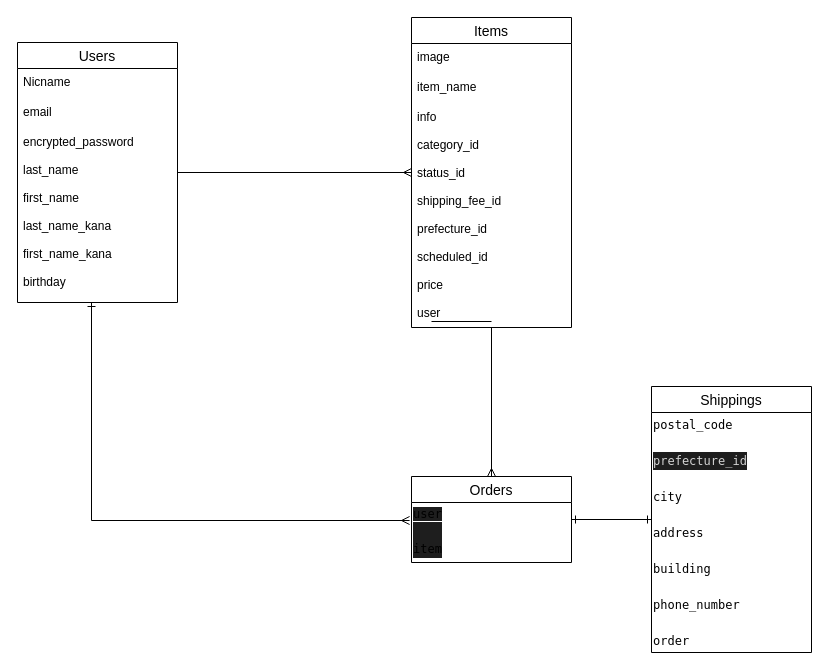
Above: test.dio in Ytakagi66/furima-31924 (draw.io), before the change. Source tidied: cells renumbered, new cells numbered last; positions are measured from the earlier drawing's top-left corner, leaving out a move shared by most shapes. Both pictures are drawn from the tidied source at 100%, with x=0, y=0 at pixel (17, 17).
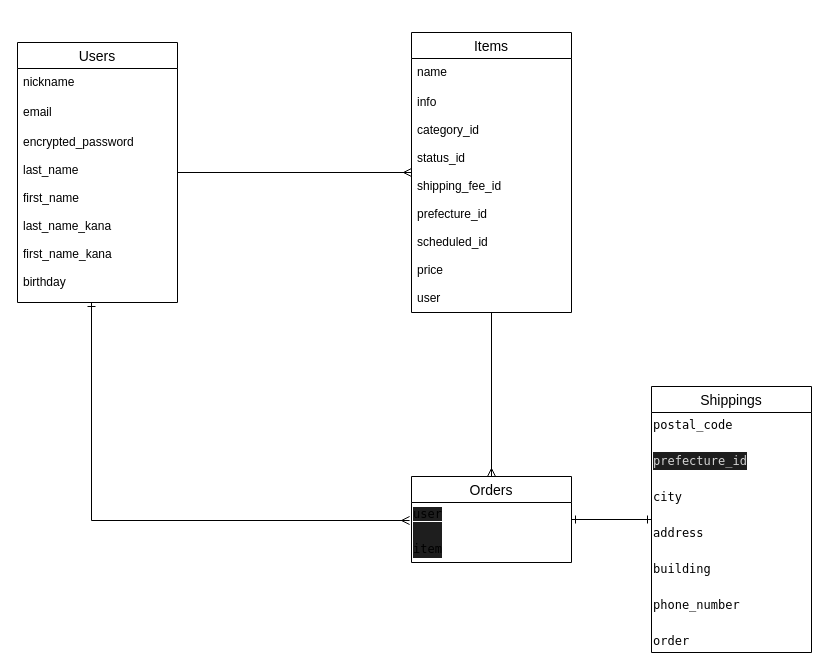
The same diagram, later.

Commit message (it also covers changes not shown here):
item_nameの編集

Unchanged cells that the change refers to:
```xml
<mxCell id="4" value="Users" style="swimlane;fontStyle=0;horizontal=1;startSize=26;align=center;fontSize=14;" parent="1" vertex="1">
  <mxGeometry y="25" width="160" height="260" as="geometry" />
</mxCell>
```

What changed in the source:
```diff
@@
-    <mxCell id="5" value="Nicname" style="text;strokeColor=none;fillColor=none;spacingLeft=4;spacingRight=4;overflow=hidden;fontSize=12;" parent="4" vertex="1">
+    <mxCell id="5" value="nickname" style="text;strokeColor=none;fillColor=none;spacingLeft=4;spacingRight=4;overflow=hidden;fontSize=12;" parent="4" vertex="1">
       <mxGeometry y="26" width="160" height="30" as="geometry" />
     </mxCell>
@@
     <mxCell id="9" value="Items" style="swimlane;fontStyle=0;horizontal=1;startSize=26;align=center;fontSize=14;" parent="1" vertex="1">
-      <mxGeometry x="394" width="160" height="310" as="geometry" />
+      <mxGeometry x="394" y="15" width="160" height="280" as="geometry" />
     </mxCell>
-    <mxCell id="10" value="image" style="text;strokeColor=none;fillColor=none;spacingLeft=4;spacingRight=4;overflow=hidden;fontSize=12;" parent="9" vertex="1">
-      <mxGeometry y="26" width="160" height="30" as="geometry" />
-    </mxCell>
-    <mxCell id="11" value="item_name" style="text;strokeColor=none;fillColor=none;spacingLeft=4;spacingRight=4;overflow=hidden;fontSize=12;" parent="9" vertex="1">
-      <mxGeometry y="56" width="160" height="30" as="geometry" />
+    <mxCell id="11" value="name" style="text;strokeColor=none;fillColor=none;spacingLeft=4;spacingRight=4;overflow=hidden;fontSize=12;" parent="9" vertex="1">
+      <mxGeometry y="26" width="160" height="30" as="geometry" />
     </mxCell>
     <mxCell id="12" value="info&#10;&#10;category_id&#10;&#10;status_id&#10;&#10;shipping_fee_id&#10;&#10;prefecture_id&#10;&#10;scheduled_id&#10;&#10;price&#10;&#10;user&#10;&#10;" style="text;strokeColor=none;fillColor=none;spacingLeft=4;spacingRight=4;overflow=hidden;fontSize=12;" parent="9" vertex="1">
-      <mxGeometry y="86" width="160" height="224" as="geometry" />
+      <mxGeometry y="56" width="160" height="224" as="geometry" />
     </mxCell>
@@
-    <mxCell id="18" style="line;strokeWidth=1;dashed=0;labelPosition=right;align=left;verticalAlign=middle;spacingTop=0;spacingLeft=6;" parent="1" vertex="1">
-      <mxGeometry x="414" y="299" width="60" height="10" as="geometry" />
-    </mxCell>
```
